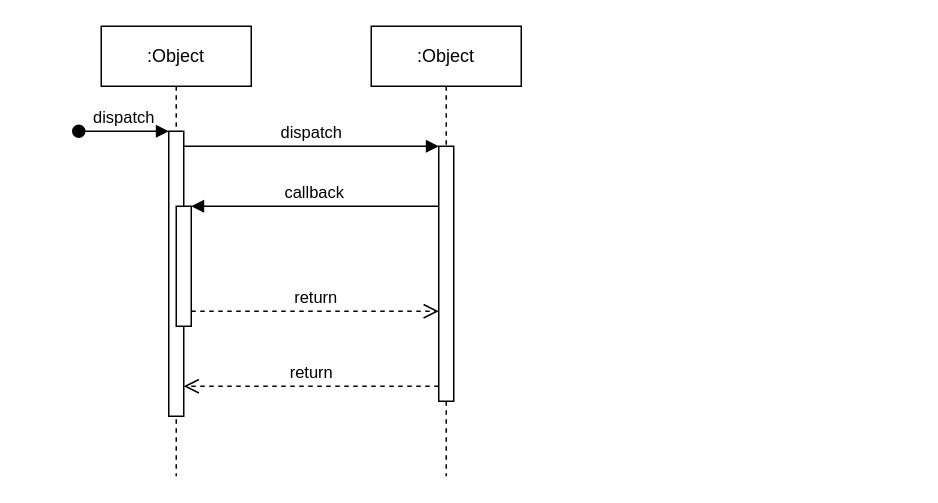
The draw.io diagram 제목 없는 다이어그램.drawio in Ethan-cho/MAKEAREASON, before the edit. Source tidied: cells renumbered, new cells numbered last; positions are measured from the earlier drawing's top-left corner, leaving out a move shared by most shapes. Both pictures are drawn from the tidied source at 150%, with x=0, y=0 at pixel (78, 26).
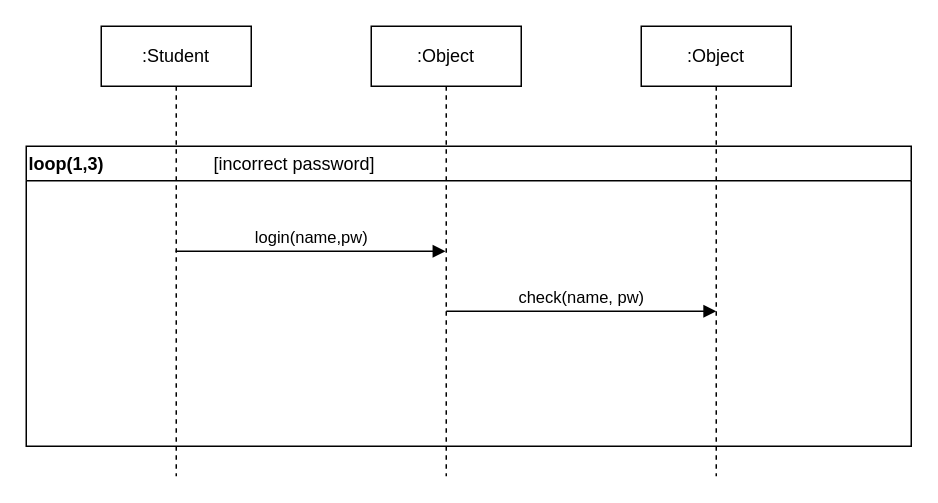
The same page after the edit.

Commit message (it also covers changes not shown here):
제목 없는 다이어그램.drawio 업데이트

Change to the diagram source:
```diff
@@
 <mxGraphModel>
   <root>
     <mxCell id="0" />
     <mxCell id="1" parent="0" />
+    <mxCell id="12" value="loop(1,3)" style="swimlane;whiteSpace=wrap;html=1;align=left;" parent="1" vertex="1">
+      <mxGeometry x="-35" y="80" width="590" height="200" as="geometry" />
+    </mxCell>
+    <mxCell id="13" value="[incorrect password]" style="text;html=1;strokeColor=none;fillColor=none;align=center;verticalAlign=middle;whiteSpace=wrap;rounded=0;" parent="12" vertex="1">
+      <mxGeometry x="114" y="-3" width="130" height="30" as="geometry" />
+    </mxCell>
-    <mxCell id="2" value=":Object" style="shape=umlLifeline;perimeter=lifelinePerimeter;whiteSpace=wrap;html=1;outlineConnect=0;portConstraint=eastwest;newEdgeStyle={&quot;edgeStyle&quot;:&quot;elbowEdgeStyle&quot;,&quot;elbow&quot;:&quot;vertical&quot;,&quot;curved&quot;:0,&quot;rounded&quot;:0};" parent="1" vertex="1">
+    <mxCell id="2" value=":Student" style="shape=umlLifeline;perimeter=lifelinePerimeter;whiteSpace=wrap;html=1;outlineConnect=0;portConstraint=eastwest;newEdgeStyle={&quot;edgeStyle&quot;:&quot;elbowEdgeStyle&quot;,&quot;elbow&quot;:&quot;vertical&quot;,&quot;curved&quot;:0,&quot;rounded&quot;:0};" parent="1" vertex="1">
       <mxGeometry x="15" width="100" height="300" as="geometry" />
     </mxCell>
-    <mxCell id="3" style="html=1;points=[];perimeter=orthogonalPerimeter;outlineConnect=0;targetShapes=umlLifeline;portConstraint=eastwest;newEdgeStyle={&quot;edgeStyle&quot;:&quot;elbowEdgeStyle&quot;,&quot;elbow&quot;:&quot;vertical&quot;,&quot;curved&quot;:0,&quot;rounded&quot;:0};" parent="2" vertex="1">
-      <mxGeometry x="45" y="70" width="10" height="190" as="geometry" />
-    </mxCell>
-    <mxCell id="4" value="dispatch" style="html=1;verticalAlign=bottom;startArrow=oval;endArrow=block;startSize=8;edgeStyle=elbowEdgeStyle;elbow=vertical;curved=0;rounded=0;" parent="2" edge="1" target="3">
-      <mxGeometry relative="1" as="geometry">
-        <mxPoint x="-15" y="70" as="sourcePoint" />
-      </mxGeometry>
-    </mxCell>
-    <mxCell id="5" style="html=1;points=[];perimeter=orthogonalPerimeter;outlineConnect=0;targetShapes=umlLifeline;portConstraint=eastwest;newEdgeStyle={&quot;edgeStyle&quot;:&quot;elbowEdgeStyle&quot;,&quot;elbow&quot;:&quot;vertical&quot;,&quot;curved&quot;:0,&quot;rounded&quot;:0};" parent="2" vertex="1">
-      <mxGeometry x="50" y="120" width="10" height="80" as="geometry" />
-    </mxCell>
     <mxCell id="6" value=":Object" style="shape=umlLifeline;perimeter=lifelinePerimeter;whiteSpace=wrap;html=1;outlineConnect=0;portConstraint=eastwest;newEdgeStyle={&quot;edgeStyle&quot;:&quot;elbowEdgeStyle&quot;,&quot;elbow&quot;:&quot;vertical&quot;,&quot;curved&quot;:0,&quot;rounded&quot;:0};" parent="1" vertex="1">
       <mxGeometry x="195" width="100" height="300" as="geometry" />
     </mxCell>
-    <mxCell id="7" style="html=1;points=[];perimeter=orthogonalPerimeter;outlineConnect=0;targetShapes=umlLifeline;portConstraint=eastwest;newEdgeStyle={&quot;edgeStyle&quot;:&quot;elbowEdgeStyle&quot;,&quot;elbow&quot;:&quot;vertical&quot;,&quot;curved&quot;:0,&quot;rounded&quot;:0};" parent="6" vertex="1">
-      <mxGeometry x="45" y="80" width="10" height="170" as="geometry" />
-    </mxCell>
-    <mxCell id="8" value="dispatch" style="html=1;verticalAlign=bottom;endArrow=block;edgeStyle=elbowEdgeStyle;elbow=vertical;curved=0;rounded=0;" parent="1" edge="1" source="3" target="7">
-      <mxGeometry relative="1" as="geometry">
-        <Array as="points">
-          <mxPoint x="155" y="80" />
-        </Array>
-      </mxGeometry>
-    </mxCell>
-    <mxCell id="9" value="return" style="html=1;verticalAlign=bottom;endArrow=open;dashed=1;endSize=8;edgeStyle=elbowEdgeStyle;elbow=vertical;curved=0;rounded=0;" parent="1" edge="1" source="7" target="3">
-      <mxGeometry relative="1" as="geometry">
-        <Array as="points">
-          <mxPoint x="165" y="240" />
-        </Array>
-      </mxGeometry>
-    </mxCell>
-    <mxCell id="10" value="callback" style="html=1;verticalAlign=bottom;endArrow=block;edgeStyle=elbowEdgeStyle;elbow=vertical;curved=0;rounded=0;" parent="1" edge="1" source="7" target="5">
-      <mxGeometry relative="1" as="geometry">
-        <Array as="points">
-          <mxPoint x="165" y="120" />
-        </Array>
-      </mxGeometry>
-    </mxCell>
-    <mxCell id="11" value="return" style="html=1;verticalAlign=bottom;endArrow=open;dashed=1;endSize=8;edgeStyle=elbowEdgeStyle;elbow=vertical;curved=0;rounded=0;" parent="1" edge="1" source="5" target="7">
-      <mxGeometry relative="1" as="geometry">
-        <Array as="points">
-          <mxPoint x="155" y="190" />
-        </Array>
-      </mxGeometry>
-    </mxCell>
+    <mxCell id="14" value=":Object" style="shape=umlLifeline;perimeter=lifelinePerimeter;whiteSpace=wrap;html=1;newEdgeStyle={&quot;edgeStyle&quot;:&quot;elbowEdgeStyle&quot;,&quot;elbow&quot;:&quot;vertical&quot;,&quot;curved&quot;:0,&quot;rounded&quot;:0};" parent="1" vertex="1">
+      <mxGeometry x="375" width="100" height="300" as="geometry" />
+    </mxCell>
+    <mxCell id="15" value="login(name,pw)" style="html=1;verticalAlign=bottom;endArrow=block;curved=0;rounded=0;" parent="1" edge="1" source="2" target="6">
+      <mxGeometry relative="1" as="geometry" />
+    </mxCell>
+    <mxCell id="16" value="check(name, pw)" style="html=1;verticalAlign=bottom;endArrow=block;curved=0;rounded=0;" parent="1" edge="1">
+      <mxGeometry relative="1" as="geometry">
+        <mxPoint x="245" y="190" as="sourcePoint" />
+        <mxPoint x="425" y="190" as="targetPoint" />
+      </mxGeometry>
+    </mxCell>
   </root>
 </mxGraphModel>
```
